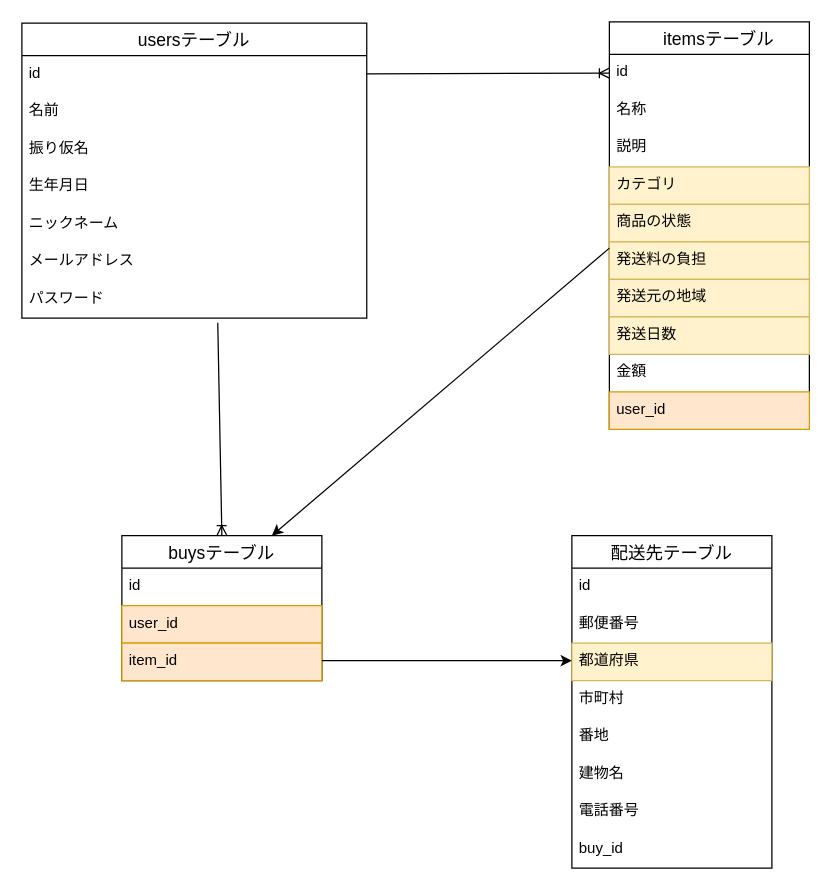
This is furima.dio from Korosuke562k/furima-42542, a draw.io file, before an edit. Source tidied: cells renumbered, new cells numbered last; positions are measured from the earlier drawing's top-left corner, leaving out a move shared by most shapes. Both pictures are drawn from the tidied source at 125%, with x=0, y=0 at pixel (21, 21).
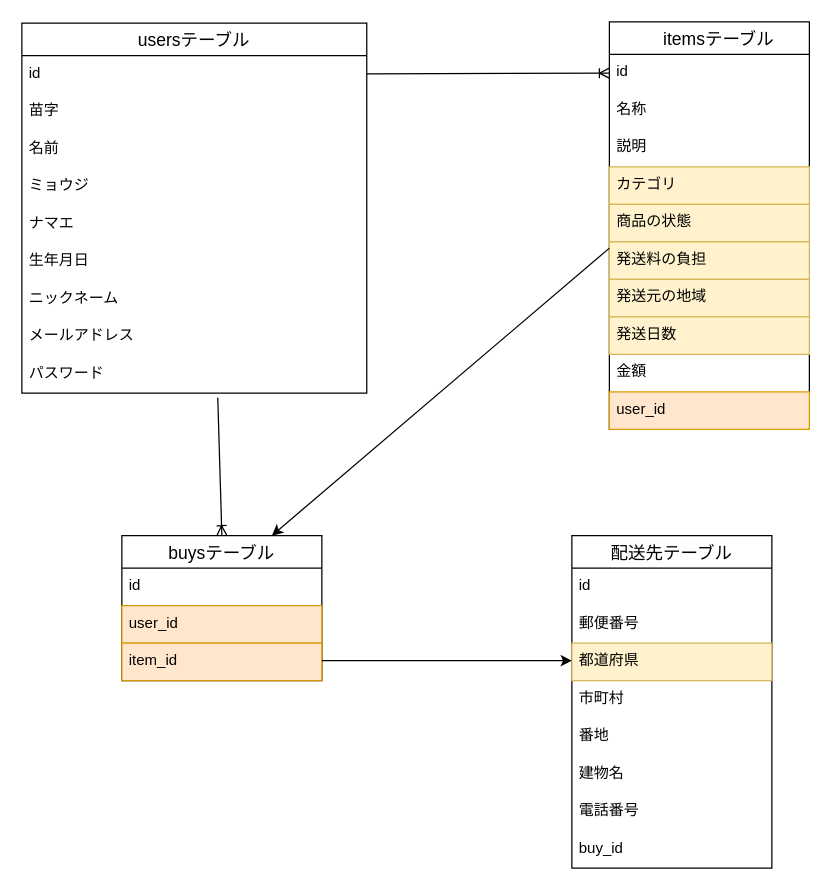
Above is the later version.

Diff of the diagram source:
```diff
@@
     <mxCell id="2" value="usersテーブル" style="swimlane;fontStyle=0;horizontal=1;startSize=26;align=center;fontSize=14;" parent="1" vertex="1">
-      <mxGeometry y="1" width="275.9" height="236" as="geometry" />
+      <mxGeometry y="1" width="275.9" height="296" as="geometry" />
     </mxCell>
@@
-    <mxCell id="4" value="名前" style="text;strokeColor=none;fillColor=none;spacingLeft=4;spacingRight=4;overflow=hidden;fontSize=12;whiteSpace=wrap;html=1;" parent="2" vertex="1">
+    <mxCell id="4" value="苗字" style="text;strokeColor=none;fillColor=none;spacingLeft=4;spacingRight=4;overflow=hidden;fontSize=12;whiteSpace=wrap;html=1;" parent="2" vertex="1">
       <mxGeometry y="56" width="275.9" height="30" as="geometry" />
     </mxCell>
-    <mxCell id="5" value="振り仮名" style="text;strokeColor=none;fillColor=none;spacingLeft=4;spacingRight=4;overflow=hidden;fontSize=12;whiteSpace=wrap;html=1;" parent="2" vertex="1">
+    <mxCell id="5" value="名前" style="text;strokeColor=none;fillColor=none;spacingLeft=4;spacingRight=4;overflow=hidden;fontSize=12;whiteSpace=wrap;html=1;" parent="2" vertex="1">
       <mxGeometry y="86" width="275.9" height="30" as="geometry" />
     </mxCell>
+    <mxCell id="38" value="ミョウジ" style="text;strokeColor=none;fillColor=none;spacingLeft=4;spacingRight=4;overflow=hidden;fontSize=12;whiteSpace=wrap;html=1;" parent="2" vertex="1">
+      <mxGeometry y="116" width="275.9" height="30" as="geometry" />
+    </mxCell>
+    <mxCell id="39" value="ナマエ" style="text;strokeColor=none;fillColor=none;spacingLeft=4;spacingRight=4;overflow=hidden;fontSize=12;whiteSpace=wrap;html=1;" parent="2" vertex="1">
+      <mxGeometry y="146" width="275.9" height="30" as="geometry" />
+    </mxCell>
     <mxCell id="6" value="生年月日" style="text;strokeColor=none;fillColor=none;spacingLeft=4;spacingRight=4;overflow=hidden;fontSize=12;whiteSpace=wrap;html=1;" parent="2" vertex="1">
-      <mxGeometry y="116" width="275.9" height="30" as="geometry" />
+      <mxGeometry y="176" width="275.9" height="30" as="geometry" />
     </mxCell>
     <mxCell id="7" value="ニックネーム" style="text;strokeColor=none;fillColor=none;spacingLeft=4;spacingRight=4;overflow=hidden;fontSize=12;whiteSpace=wrap;html=1;" parent="2" vertex="1">
-      <mxGeometry y="146" width="275.9" height="30" as="geometry" />
+      <mxGeometry y="206" width="275.9" height="30" as="geometry" />
     </mxCell>
     <mxCell id="8" value="メールアドレス" style="text;strokeColor=none;fillColor=none;spacingLeft=4;spacingRight=4;overflow=hidden;fontSize=12;whiteSpace=wrap;html=1;" parent="2" vertex="1">
-      <mxGeometry y="176" width="275.9" height="30" as="geometry" />
+      <mxGeometry y="236" width="275.9" height="30" as="geometry" />
     </mxCell>
     <mxCell id="9" value="&lt;span style=&quot;color: rgb(0, 0, 0);&quot;&gt;パスワード&lt;/span&gt;" style="text;strokeColor=none;fillColor=none;spacingLeft=4;spacingRight=4;overflow=hidden;points=[[0,0.5],[1,0.5]];portConstraint=eastwest;fontSize=12;whiteSpace=wrap;html=1;" parent="2" vertex="1">
-      <mxGeometry y="206" width="275.9" height="30" as="geometry" />
+      <mxGeometry y="266" width="275.9" height="30" as="geometry" />
     </mxCell>
```
